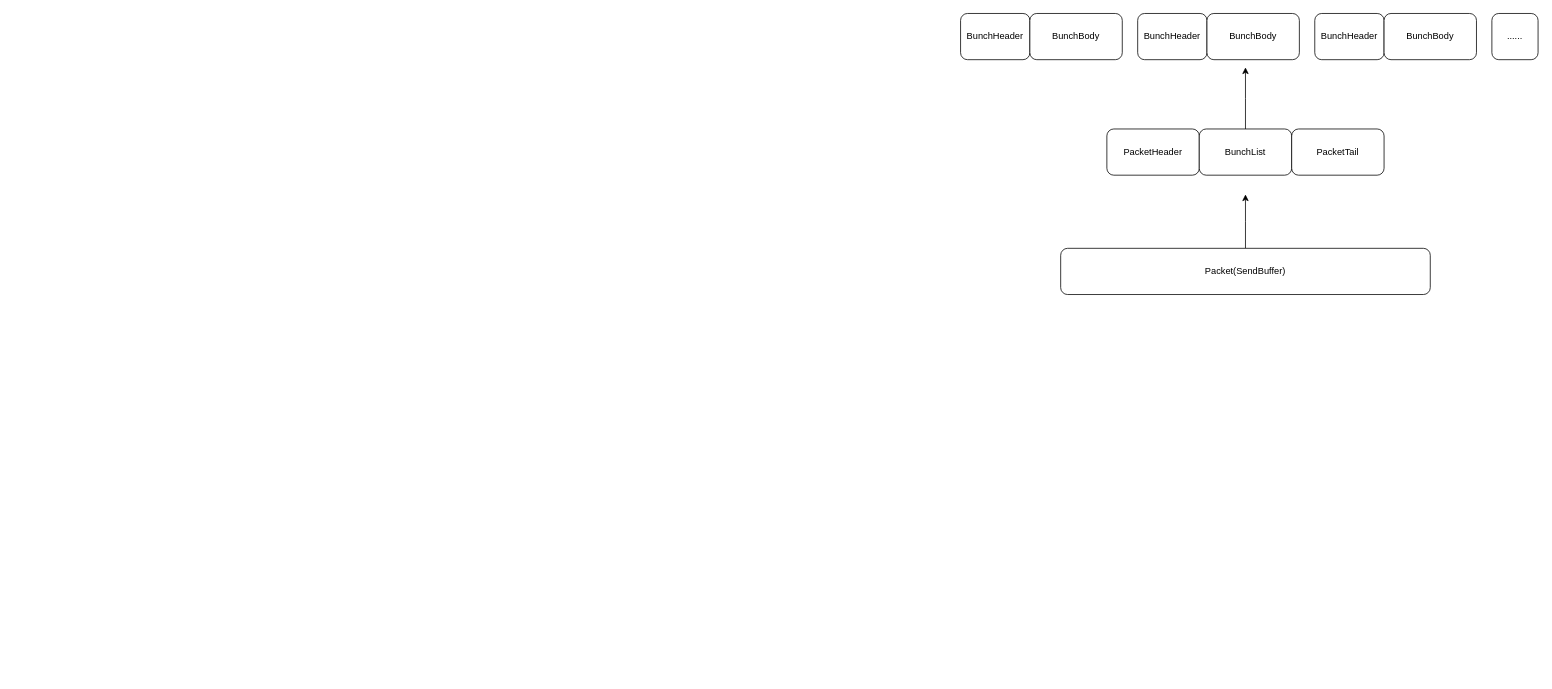
Earlier version of the draw.io diagram page "消息包结构" (4 of 23) of UE4网络.drawio (fdcumt/DrawIO). Source tidied: cells renumbered, new cells numbered last; positions are measured from the earlier drawing's top-left corner, leaving out a move shared by most shapes. Both pictures are drawn from the tidied source at 77%, with x=0, y=0 at pixel (960, 13).
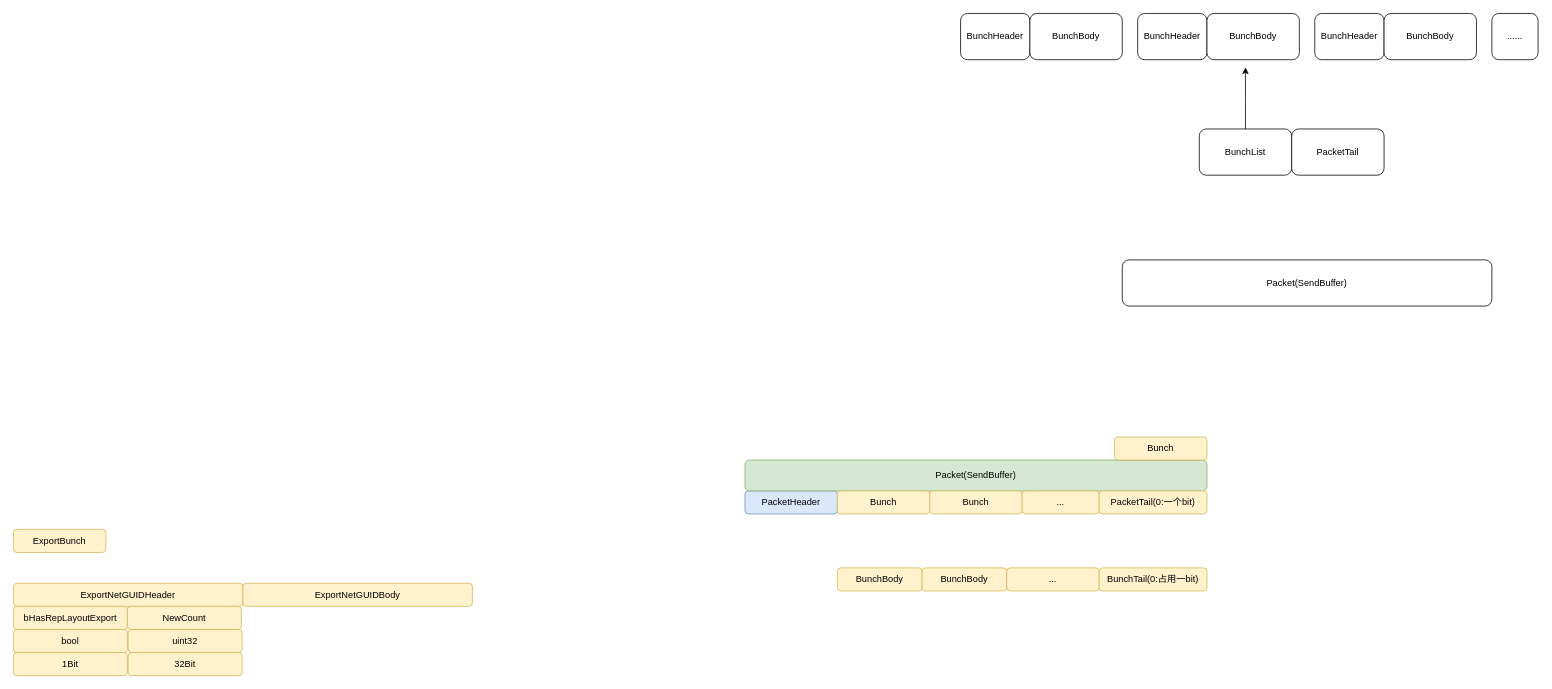
After the change.

Diff of the diagram source:
```diff
@@
-    <mxCell id="2" value="PacketHeader" style="rounded=1;whiteSpace=wrap;html=1;" parent="1" vertex="1">
-      <mxGeometry x="190" y="150" width="120" height="60" as="geometry" />
+    <mxCell id="2" value="PacketHeader" style="rounded=1;whiteSpace=wrap;html=1;fillColor=#dae8fc;strokeColor=#6c8ebf;" parent="1" vertex="1">
+      <mxGeometry x="-280" y="620" width="120" height="30" as="geometry" />
     </mxCell>
-    <mxCell id="3" style="edgeStyle=orthogonalEdgeStyle;rounded=0;jettySize=auto;html=1;exitX=0.5;exitY=0;exitDx=0;exitDy=0;entryX=0.5;entryY=1;entryDx=0;entryDy=0;" parent="1" edge="1" source="4">
-      <mxGeometry relative="1" as="geometry">
-        <mxPoint x="370" y="235" as="targetPoint" />
-      </mxGeometry>
-    </mxCell>
     <mxCell id="4" value="Packet(SendBuffer)" style="rounded=1;whiteSpace=wrap;html=1;" parent="1" vertex="1">
-      <mxGeometry x="130" y="305" width="480" height="60" as="geometry" />
+      <mxGeometry x="210" y="320" width="480" height="60" as="geometry" />
     </mxCell>
@@
+    <mxCell id="15" value="Packet(SendBuffer)" style="rounded=1;whiteSpace=wrap;html=1;fillColor=#d5e8d4;strokeColor=#82b366;" parent="1" vertex="1">
+      <mxGeometry x="-280" y="580" width="600" height="40" as="geometry" />
+    </mxCell>
+    <mxCell id="16" value="Bunch" style="rounded=1;whiteSpace=wrap;html=1;fillColor=#fff2cc;strokeColor=#d6b656;" parent="1" vertex="1">
+      <mxGeometry x="-160" y="620" width="120" height="30" as="geometry" />
+    </mxCell>
+    <mxCell id="17" value="Bunch" style="rounded=1;whiteSpace=wrap;html=1;fillColor=#fff2cc;strokeColor=#d6b656;" parent="1" vertex="1">
+      <mxGeometry x="-40" y="620" width="120" height="30" as="geometry" />
+    </mxCell>
+    <mxCell id="18" value="..." style="rounded=1;whiteSpace=wrap;html=1;fillColor=#fff2cc;strokeColor=#d6b656;" parent="1" vertex="1">
+      <mxGeometry x="80" y="620" width="100" height="30" as="geometry" />
+    </mxCell>
+    <mxCell id="19" value="Bunch" style="rounded=1;whiteSpace=wrap;html=1;fillColor=#fff2cc;strokeColor=#d6b656;" parent="1" vertex="1">
+      <mxGeometry x="200" y="550" width="120" height="30" as="geometry" />
+    </mxCell>
+    <mxCell id="20" value="PacketTail(0:一个bit)" style="rounded=1;whiteSpace=wrap;html=1;fillColor=#fff2cc;strokeColor=#d6b656;" parent="1" vertex="1">
+      <mxGeometry x="180" y="620" width="140" height="30" as="geometry" />
+    </mxCell>
+    <mxCell id="21" value="ExportBunch" style="rounded=1;whiteSpace=wrap;html=1;fillColor=#fff2cc;strokeColor=#d6b656;" parent="1" vertex="1">
+      <mxGeometry x="-1230" y="670" width="120" height="30" as="geometry" />
+    </mxCell>
+    <mxCell id="22" value="BunchBody" style="rounded=1;whiteSpace=wrap;html=1;fillColor=#fff2cc;strokeColor=#d6b656;" parent="1" vertex="1">
+      <mxGeometry x="-160" y="720" width="110" height="30" as="geometry" />
+    </mxCell>
+    <mxCell id="23" value="BunchBody" style="rounded=1;whiteSpace=wrap;html=1;fillColor=#fff2cc;strokeColor=#d6b656;" parent="1" vertex="1">
+      <mxGeometry x="-50" y="720" width="110" height="30" as="geometry" />
+    </mxCell>
+    <mxCell id="24" value="..." style="rounded=1;whiteSpace=wrap;html=1;fillColor=#fff2cc;strokeColor=#d6b656;" parent="1" vertex="1">
+      <mxGeometry x="60" y="720" width="120" height="30" as="geometry" />
+    </mxCell>
+    <mxCell id="25" value="BunchTail(0:占用一bit)" style="rounded=1;whiteSpace=wrap;html=1;fillColor=#fff2cc;strokeColor=#d6b656;" parent="1" vertex="1">
+      <mxGeometry x="180" y="720" width="140" height="30" as="geometry" />
+    </mxCell>
+    <mxCell id="26" value="ExportNetGUIDHeader" style="rounded=1;whiteSpace=wrap;html=1;fillColor=#fff2cc;strokeColor=#d6b656;" parent="1" vertex="1">
+      <mxGeometry x="-1230" y="740" width="298" height="30" as="geometry" />
+    </mxCell>
+    <mxCell id="27" value="bHasRepLayoutExport" style="rounded=1;whiteSpace=wrap;html=1;fillColor=#fff2cc;strokeColor=#d6b656;" parent="1" vertex="1">
+      <mxGeometry x="-1230" y="770" width="148" height="30" as="geometry" />
+    </mxCell>
+    <mxCell id="28" value="bool" style="rounded=1;whiteSpace=wrap;html=1;fillColor=#fff2cc;strokeColor=#d6b656;" parent="1" vertex="1">
+      <mxGeometry x="-1230" y="800" width="148" height="30" as="geometry" />
+    </mxCell>
+    <mxCell id="29" value="NewCount" style="rounded=1;whiteSpace=wrap;html=1;fillColor=#fff2cc;strokeColor=#d6b656;" parent="1" vertex="1">
+      <mxGeometry x="-1082" y="770" width="148" height="30" as="geometry" />
+    </mxCell>
+    <mxCell id="30" value="uint32" style="rounded=1;whiteSpace=wrap;html=1;fillColor=#fff2cc;strokeColor=#d6b656;" parent="1" vertex="1">
+      <mxGeometry x="-1081" y="800" width="148" height="30" as="geometry" />
+    </mxCell>
+    <mxCell id="31" value="1Bit" style="rounded=1;whiteSpace=wrap;html=1;fillColor=#fff2cc;strokeColor=#d6b656;" parent="1" vertex="1">
+      <mxGeometry x="-1230" y="830" width="148" height="30" as="geometry" />
+    </mxCell>
+    <mxCell id="32" value="32Bit" style="rounded=1;whiteSpace=wrap;html=1;fillColor=#fff2cc;strokeColor=#d6b656;" parent="1" vertex="1">
+      <mxGeometry x="-1081" y="830" width="148" height="30" as="geometry" />
+    </mxCell>
+    <mxCell id="33" value="ExportNetGUIDBody" style="rounded=1;whiteSpace=wrap;html=1;fillColor=#fff2cc;strokeColor=#d6b656;" parent="1" vertex="1">
+      <mxGeometry x="-932" y="740" width="298" height="30" as="geometry" />
+    </mxCell>
```
